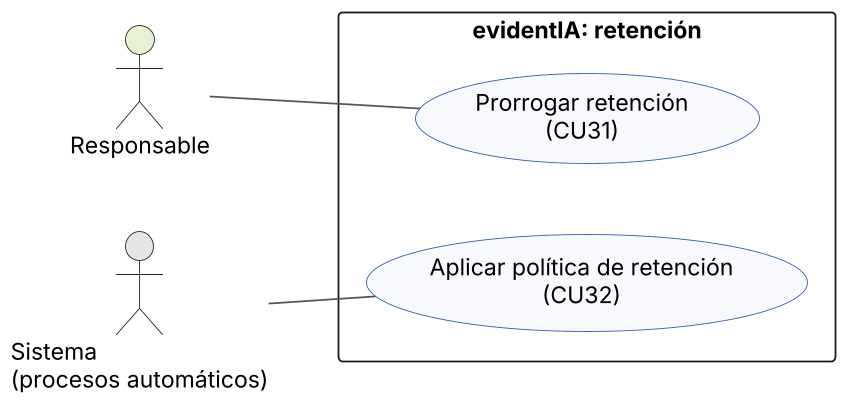
Before: docs/arquitectura/diagramas/09e-casos-de-uso.png, a diagram exported from PlantUML (valentinasalmon/PFG-sistema-deteccion-IA).
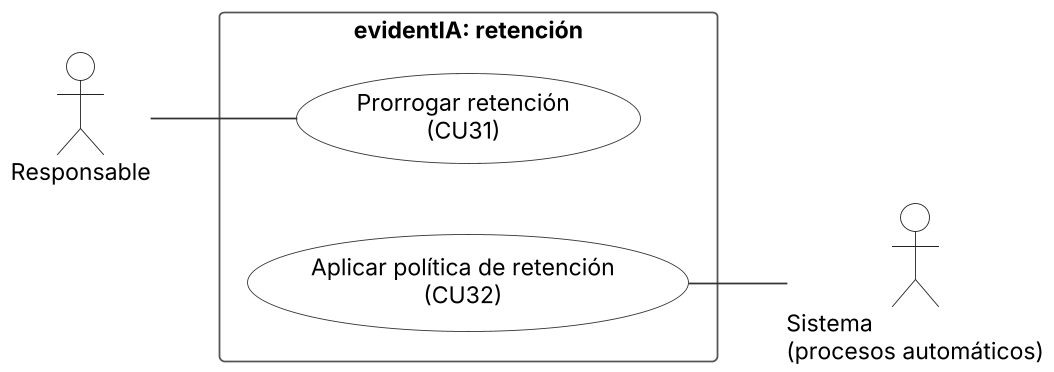
Above is the later version.

Change to the diagram source:
```diff
@@ -6,18 +6,28 @@
 skinparam ArrowColor #4E5B54
 skinparam nodesep 40
 skinparam ranksep 55
+skinparam linetype polyline
+skinparam ArrowColor #333333
+skinparam actor {
+  BorderColor #222222
+  BackgroundColor #FFFFFF
+}
+skinparam usecase {
+  BorderColor #333333
+  BackgroundColor #FFFFFF
+}
+skinparam rectangle {
+  BorderColor #555555
+  FontStyle bold
+}
 left to right direction
-skinparam usecaseBackgroundColor #F7F9FC
-skinparam usecaseBorderColor #2F5DA8
-skinparam actorBorderColor #17291F
-skinparam packageStyle rectangle
 
-actor "Responsable" as responsable #E8F1D2
-actor "Sistema\n(procesos automáticos)" as sistema #E4E7E5
+actor "Responsable" as responsable
+actor "Sistema\n(procesos automáticos)" as sistema
 rectangle "evidentIA: retención" {
   usecase "Prorrogar retención\n(CU31)" as CU31
   usecase "Aplicar política de retención\n(CU32)" as CU32
 }
 responsable -- CU31
-sistema -- CU32
+CU32 -- sistema
 @enduml
```
